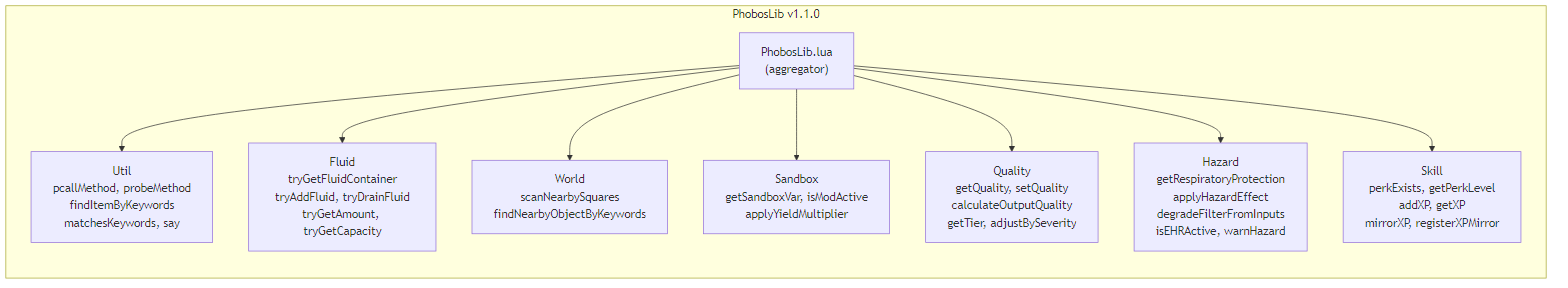
phobos-dthorga/mod-pz-phobos-lib keeps this Mermaid diagram as docs/images/phoboslib-modules.png. Above is the earlier version. Its source is kept beside it as docs/mermaid-src/phoboslib-modules.mmd.
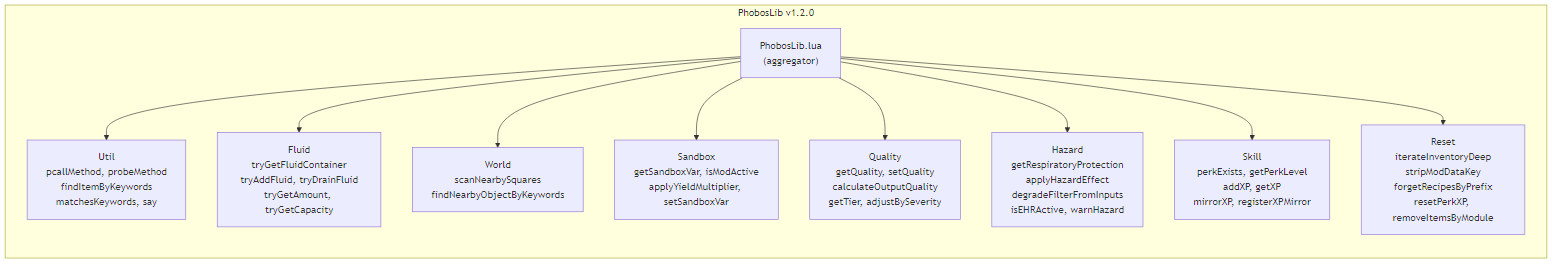
The same diagram one commit later.

Commit message:
docs: Update module diagram and API reference to v1.2.0

Diff of the diagram source:
```diff
@@ -1,5 +1,5 @@
 graph LR
-    subgraph LIB["PhobosLib v1.1.0"]
+    subgraph LIB["PhobosLib v1.2.0"]
         INIT["PhobosLib.lua<br/>(aggregator)"]
 
         UTIL["Util<br/>pcallMethod, probeMethod<br/>findItemByKeywords<br/>matchesKeywords, say"]
@@ -8,13 +8,15 @@
 
         WORLD["World<br/>scanNearbySquares<br/>findNearbyObjectByKeywords"]
 
-        SANDBOX["Sandbox<br/>getSandboxVar, isModActive<br/>applyYieldMultiplier"]
+        SANDBOX["Sandbox<br/>getSandboxVar, isModActive<br/>applyYieldMultiplier, setSandboxVar"]
 
         QUALITY["Quality<br/>getQuality, setQuality<br/>calculateOutputQuality<br/>getTier, adjustBySeverity"]
 
         HAZ["Hazard<br/>getRespiratoryProtection<br/>applyHazardEffect<br/>degradeFilterFromInputs<br/>isEHRActive, warnHazard"]
 
         SKL["Skill<br/>perkExists, getPerkLevel<br/>addXP, getXP<br/>mirrorXP, registerXPMirror"]
+
+        RST["Reset<br/>iterateInventoryDeep<br/>stripModDataKey<br/>forgetRecipesByPrefix<br/>resetPerkXP, removeItemsByModule"]
     end
 
     INIT --> UTIL
@@ -24,3 +26,4 @@
     INIT --> QUALITY
     INIT --> HAZ
     INIT --> SKL
+    INIT --> RST
```
